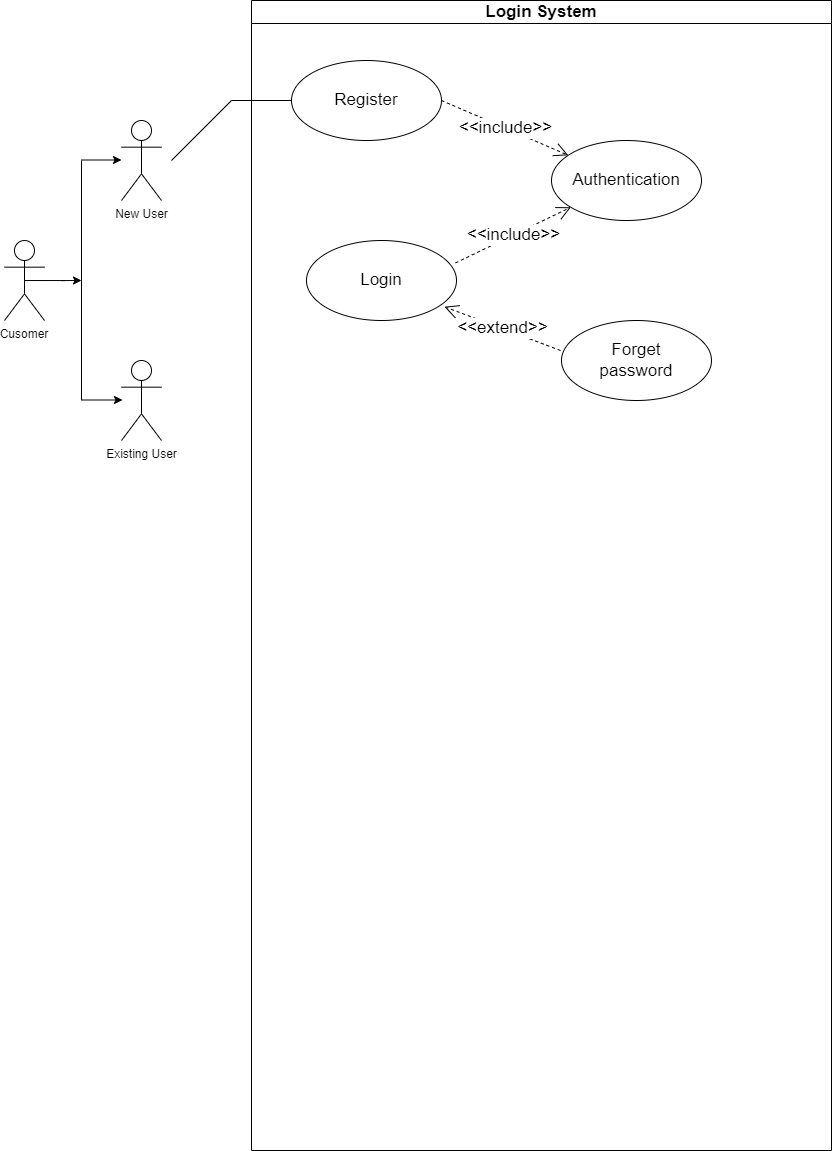
This is Login_form.drawio.png from BhavishyaBhojwani/Event-Management-System, a draw.io export, as it was before one commit. Source tidied: cells renumbered, new cells last; positions are measured from the earlier drawing's top-left corner, leaving out a move shared by most shapes.
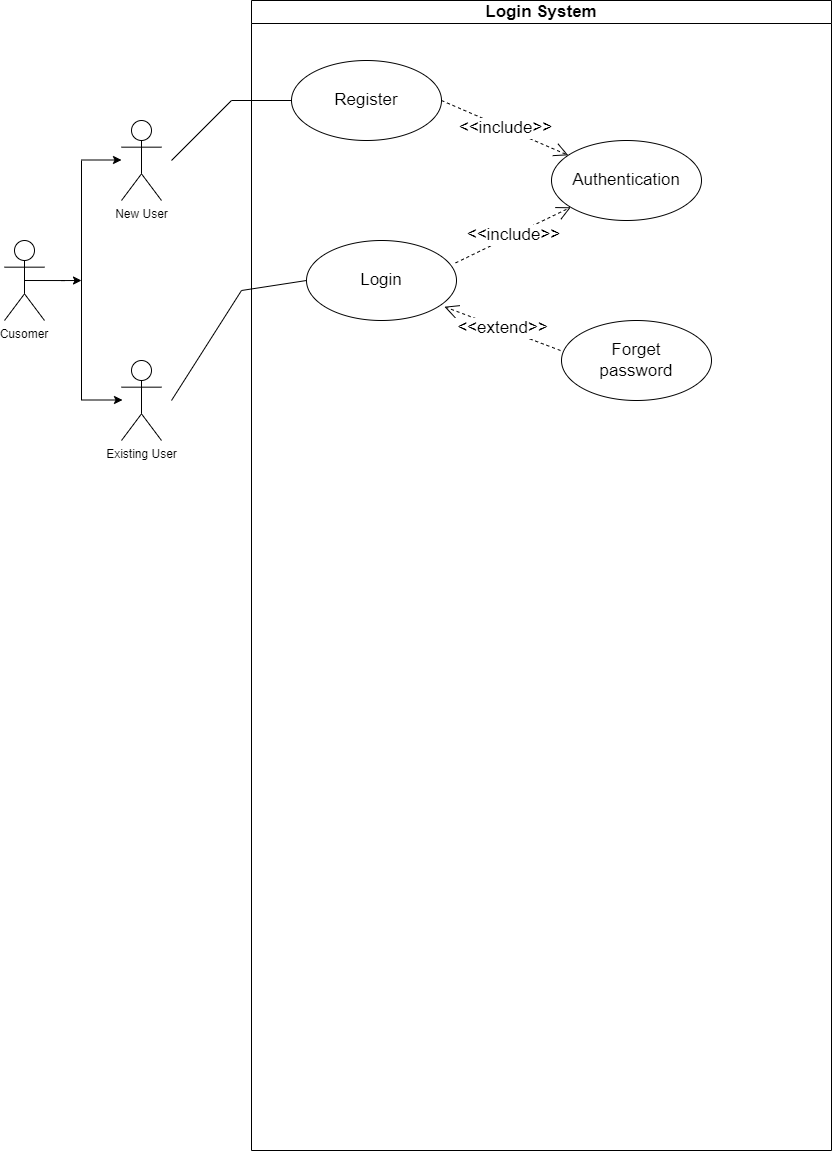
After the commit.

Change to the diagram source:
```diff
@@ -67,6 +67,15 @@
         <mxPoint x="40" y="100" as="targetPoint" />
       </mxGeometry>
     </mxCell>
+    <mxCell id="19" style="endArrow=none;html=1;rounded=0;fontSize=17;" parent="9" edge="1">
+      <mxGeometry relative="1" as="geometry">
+        <mxPoint x="-80" y="400" as="sourcePoint" />
+        <mxPoint x="55" y="280" as="targetPoint" />
+        <Array as="points">
+          <mxPoint x="-10" y="290" />
+        </Array>
+      </mxGeometry>
+    </mxCell>
     <mxCell id="18" style="endArrow=none;html=1;rounded=0;fontSize=17;" parent="1" edge="1">
       <mxGeometry relative="1" as="geometry">
         <mxPoint x="167" y="160" as="sourcePoint" />
```
